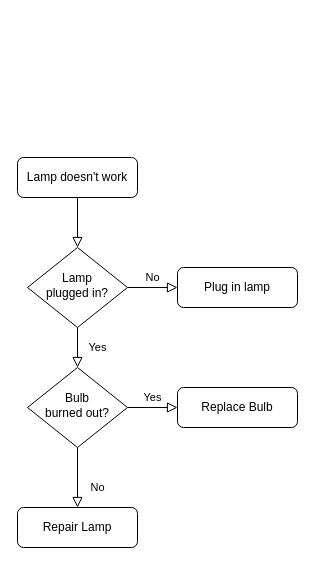
Earlier version of the draw.io diagram Untitled Diagram.drawio (HassanSayedHassan/zooApp). Source tidied: cells renumbered, new cells numbered last; positions are measured from the earlier drawing's top-left corner, leaving out a move shared by most shapes. Both pictures are drawn from the tidied source at 100%, with x=0, y=0 at pixel (17, 157).
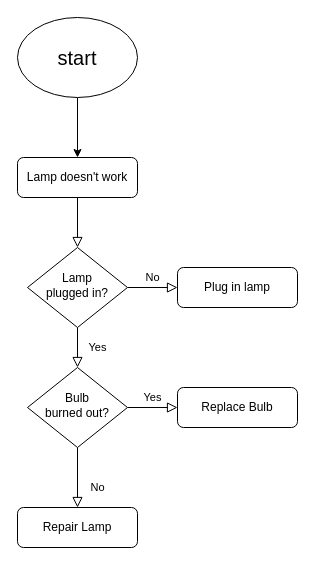
Above is the later version.

Change to the diagram source:
```diff
@@
 <mxGraphModel>
   <root>
     <mxCell id="0" />
     <mxCell id="1" parent="0" />
     <mxCell id="2" style="rounded=0;html=1;jettySize=auto;fontSize=11;endArrow=block;endFill=0;endSize=8;strokeWidth=1;shadow=0;labelBackgroundColor=none;edgeStyle=orthogonalEdgeStyle;" parent="1" edge="1" source="3" target="6">
       <mxGeometry relative="1" as="geometry" />
     </mxCell>
     <mxCell id="3" value="Lamp doesn't work" style="rounded=1;whiteSpace=wrap;html=1;fontSize=12;glass=0;strokeWidth=1;shadow=0;" parent="1" vertex="1">
       <mxGeometry width="120" height="40" as="geometry" />
     </mxCell>
     <mxCell id="4" value="Yes" style="rounded=0;html=1;jettySize=auto;fontSize=11;endArrow=block;endFill=0;endSize=8;strokeWidth=1;shadow=0;labelBackgroundColor=none;edgeStyle=orthogonalEdgeStyle;" parent="1" edge="1" source="6" target="10">
       <mxGeometry y="20" relative="1" as="geometry" />
     </mxCell>
     <mxCell id="5" value="No" style="edgeStyle=orthogonalEdgeStyle;rounded=0;html=1;jettySize=auto;fontSize=11;endArrow=block;endFill=0;endSize=8;strokeWidth=1;shadow=0;labelBackgroundColor=none;" parent="1" edge="1" source="6" target="7">
       <mxGeometry y="10" relative="1" as="geometry" />
     </mxCell>
     <mxCell id="6" value="Lamp&lt;br&gt;plugged in?" style="rhombus;whiteSpace=wrap;html=1;shadow=0;fontFamily=Helvetica;fontSize=12;align=center;strokeWidth=1;spacing=6;spacingTop=-4;" parent="1" vertex="1">
       <mxGeometry x="10" y="90" width="100" height="80" as="geometry" />
     </mxCell>
     <mxCell id="7" value="Plug in lamp" style="rounded=1;whiteSpace=wrap;html=1;fontSize=12;glass=0;strokeWidth=1;shadow=0;" parent="1" vertex="1">
       <mxGeometry x="160" y="110" width="120" height="40" as="geometry" />
     </mxCell>
     <mxCell id="8" value="No" style="rounded=0;html=1;jettySize=auto;fontSize=11;endArrow=block;endFill=0;endSize=8;strokeWidth=1;shadow=0;labelBackgroundColor=none;edgeStyle=orthogonalEdgeStyle;" parent="1" edge="1" source="10" target="11">
       <mxGeometry x="0.33" y="20" relative="1" as="geometry" />
     </mxCell>
     <mxCell id="9" value="Yes" style="edgeStyle=orthogonalEdgeStyle;rounded=0;html=1;jettySize=auto;fontSize=11;endArrow=block;endFill=0;endSize=8;strokeWidth=1;shadow=0;labelBackgroundColor=none;" parent="1" edge="1" source="10" target="12">
       <mxGeometry y="10" relative="1" as="geometry" />
     </mxCell>
     <mxCell id="10" value="Bulb&lt;br&gt;burned out?" style="rhombus;whiteSpace=wrap;html=1;shadow=0;fontFamily=Helvetica;fontSize=12;align=center;strokeWidth=1;spacing=6;spacingTop=-4;" parent="1" vertex="1">
       <mxGeometry x="10" y="210" width="100" height="80" as="geometry" />
     </mxCell>
     <mxCell id="11" value="Repair Lamp" style="rounded=1;whiteSpace=wrap;html=1;fontSize=12;glass=0;strokeWidth=1;shadow=0;" parent="1" vertex="1">
       <mxGeometry y="350" width="120" height="40" as="geometry" />
     </mxCell>
     <mxCell id="12" value="Replace Bulb" style="rounded=1;whiteSpace=wrap;html=1;fontSize=12;glass=0;strokeWidth=1;shadow=0;" parent="1" vertex="1">
       <mxGeometry x="160" y="230" width="120" height="40" as="geometry" />
     </mxCell>
+    <mxCell id="13" style="edgeStyle=orthogonalEdgeStyle;rounded=0;jettySize=auto;html=1;" parent="1" edge="1" source="14" target="3">
+      <mxGeometry relative="1" as="geometry" />
+    </mxCell>
+    <mxCell id="14" value="&lt;font style=&quot;font-size: 20px&quot;&gt;start&lt;/font&gt;" style="ellipse;whiteSpace=wrap;html=1;" parent="1" vertex="1">
+      <mxGeometry y="-140" width="120" height="80" as="geometry" />
+    </mxCell>
   </root>
 </mxGraphModel>
```
